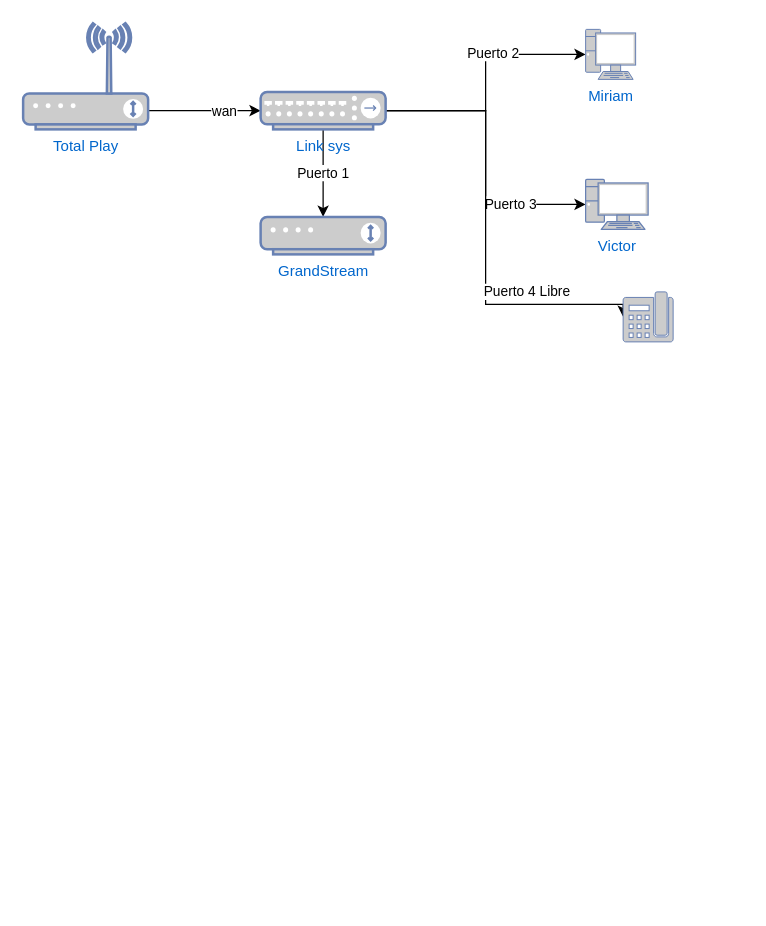
Before: page "Celaya" (1 of 3) of ConexionSucursal.drawio in rrpovando/ProyectoDB, a draw.io diagram. Source tidied: cells renumbered, new cells numbered last; positions are measured from the earlier drawing's top-left corner, leaving out a move shared by most shapes. Both pictures are drawn from the tidied source at 125%, with x=0, y=0 at pixel (22, 22).
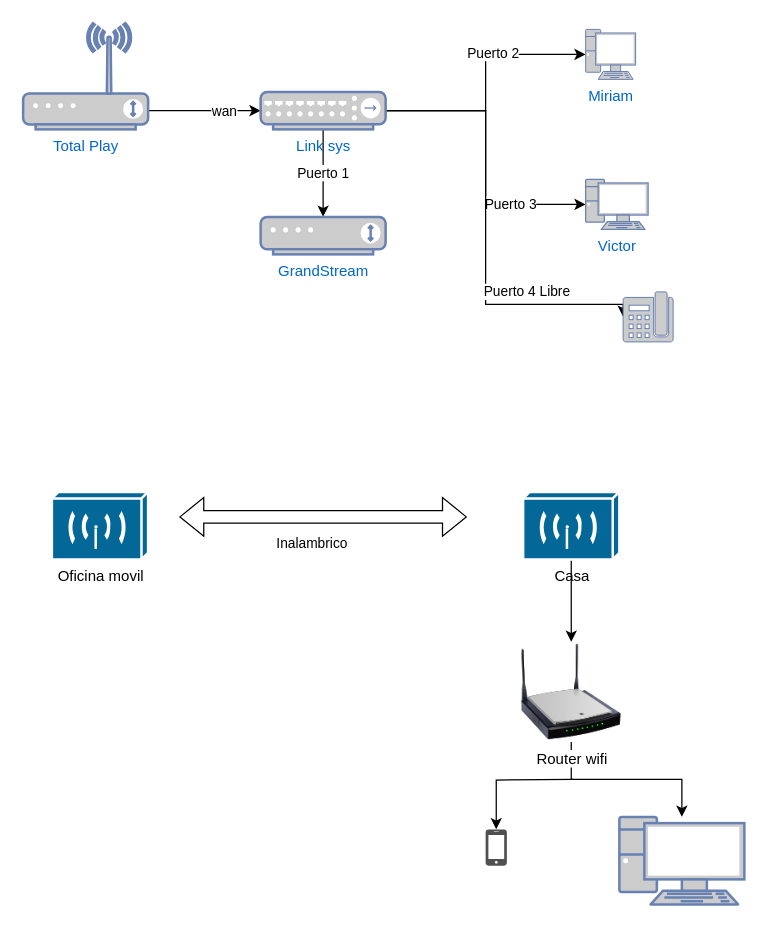
Above is the later version.

What changed in the source:
```diff
@@
+    <mxCell id="16" value="Oficina movil" style="shape=mxgraph.cisco.wireless.wireless_transport;sketch=0;html=1;dashed=0;fillColor=#036897;strokeColor=#ffffff;strokeWidth=2;verticalLabelPosition=bottom;verticalAlign=top;align=center;" parent="1" vertex="1">
+      <mxGeometry x="23" y="375" width="77" height="54" as="geometry" />
+    </mxCell>
+    <mxCell id="17" style="edgeStyle=orthogonalEdgeStyle;rounded=0;jettySize=auto;html=1;" parent="1" edge="1" source="18" target="21">
+      <mxGeometry relative="1" as="geometry" />
+    </mxCell>
+    <mxCell id="18" value="Casa" style="shape=mxgraph.cisco.wireless.wireless_transport;sketch=0;html=1;dashed=0;fillColor=#036897;strokeColor=#ffffff;strokeWidth=2;verticalLabelPosition=bottom;verticalAlign=top;align=center;outlineConnect=0;" parent="1" vertex="1">
+      <mxGeometry x="400" y="375" width="77" height="54" as="geometry" />
+    </mxCell>
+    <mxCell id="19" style="edgeStyle=orthogonalEdgeStyle;rounded=0;jettySize=auto;html=1;" parent="1" edge="1" source="21" target="24">
+      <mxGeometry relative="1" as="geometry" />
+    </mxCell>
+    <mxCell id="20" style="edgeStyle=orthogonalEdgeStyle;rounded=0;jettySize=auto;html=1;" parent="1" edge="1" target="25">
+      <mxGeometry relative="1" as="geometry">
+        <mxPoint x="440" y="605" as="sourcePoint" />
+      </mxGeometry>
+    </mxCell>
+    <mxCell id="21" value="Router wifi" style="image;html=1;image=img/lib/clip_art/networking/Wireless_Router_N_128x128.png;" parent="1" vertex="1">
+      <mxGeometry x="398.5" y="495" width="80" height="80" as="geometry" />
+    </mxCell>
+    <mxCell id="22" style="shape=flexArrow;endArrow=classic;startArrow=classic;html=1;rounded=0;" parent="1" edge="1">
+      <mxGeometry relative="1" as="geometry">
+        <mxPoint x="125" y="395" as="sourcePoint" />
+        <mxPoint x="355" y="395" as="targetPoint" />
+      </mxGeometry>
+    </mxCell>
+    <mxCell id="23" value="Inalambrico" style="edgeLabel;html=1;align=center;verticalAlign=middle;" parent="22" vertex="1">
+      <mxGeometry x="-0.36" y="-2" relative="1" as="geometry">
+        <mxPoint x="31" y="18" as="offset" />
+      </mxGeometry>
+    </mxCell>
+    <mxCell id="24" style="fontColor=#0066CC;verticalAlign=top;verticalLabelPosition=bottom;labelPosition=center;align=center;html=1;outlineConnect=0;fillColor=#CCCCCC;strokeColor=#6881B3;gradientColor=none;gradientDirection=north;strokeWidth=2;shape=mxgraph.networks.pc;" parent="1" vertex="1">
+      <mxGeometry x="477" y="635" width="100" height="70" as="geometry" />
+    </mxCell>
+    <mxCell id="25" style="sketch=0;shadow=0;dashed=0;html=1;strokeColor=none;fillColor=#505050;labelPosition=center;verticalLabelPosition=bottom;verticalAlign=top;outlineConnect=0;align=center;shape=mxgraph.office.devices.cell_phone_iphone_proportional;" parent="1" vertex="1">
+      <mxGeometry x="370" y="645" width="17" height="29" as="geometry" />
+    </mxCell>
```
